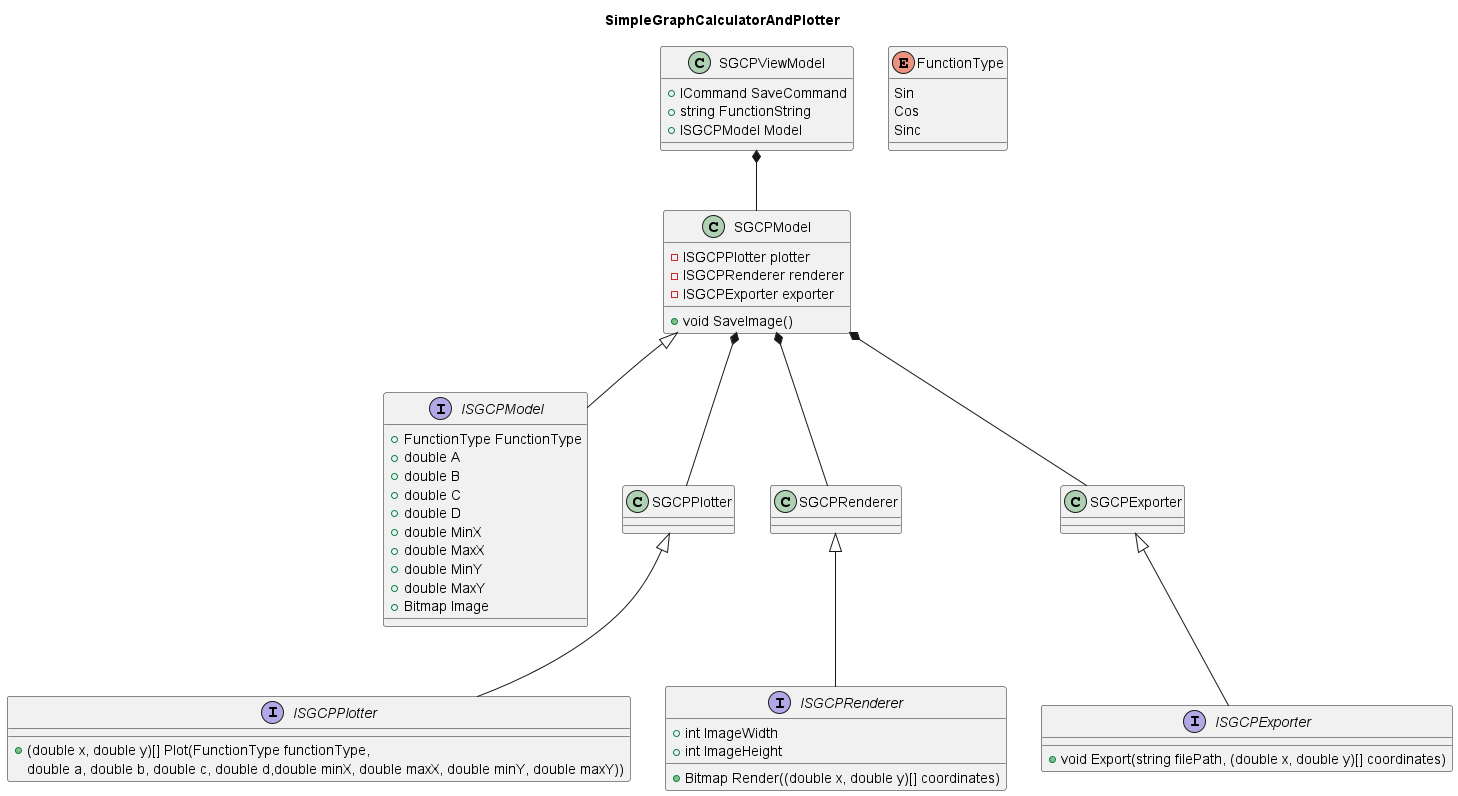
This is SimpleGraphCalculatorAndPlotter/Analysis/Classes-SimpleGraphCalculatorAndPlotter.png from Feldruebe/SimpleGraphCalculatorAndPlotter, a PlantUML export, as it was before one commit.
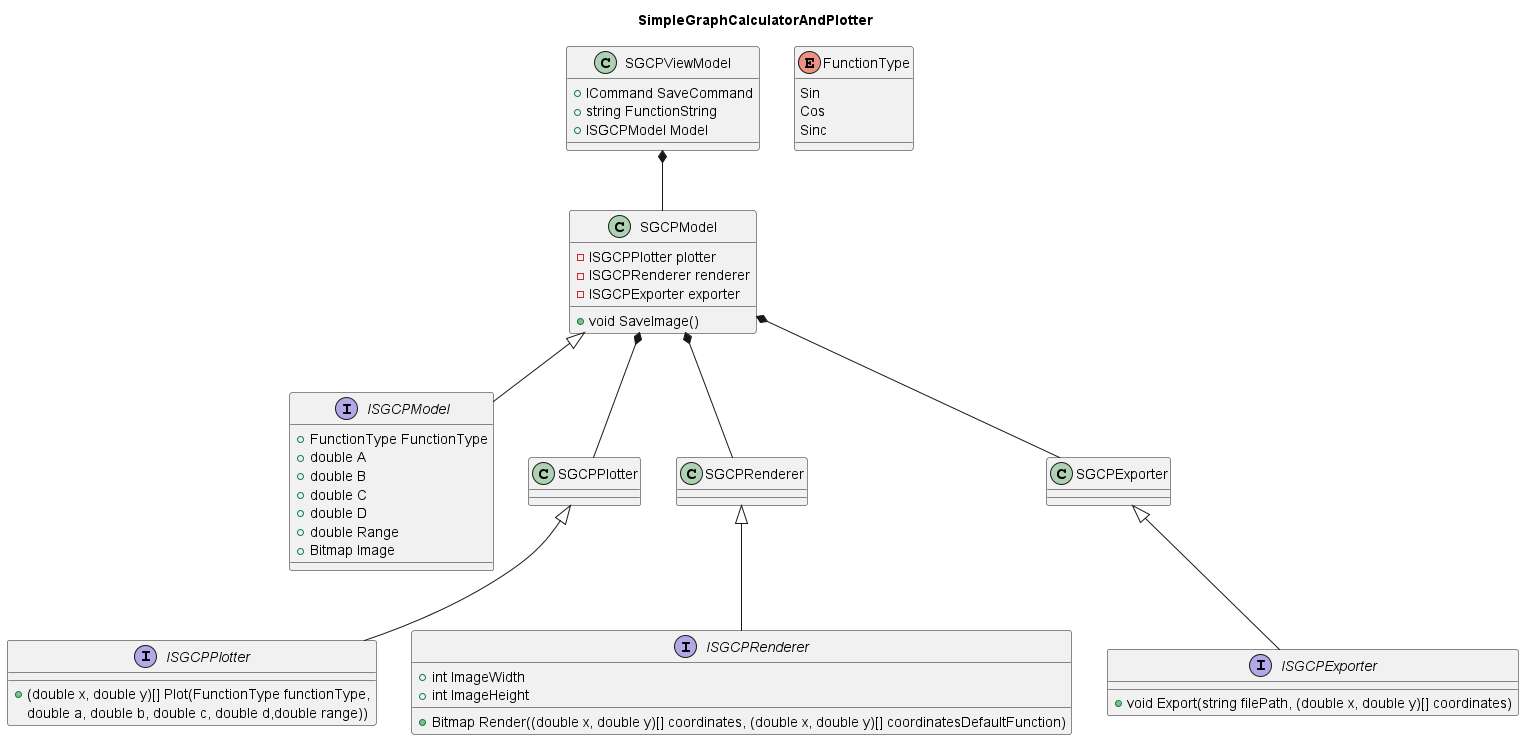
The same diagram one commit later.

Change to the diagram source:
```diff
@@ -46,24 +46,21 @@
     +double B
     +double C
     +double D
-    +double MinX
-    +double MaxX
-    +double MinY
-    +double MaxY
+    +double Range
     +Bitmap Image
 }
 
 interface ISGCPPlotter
 {
     +(double x, double y)[] Plot(FunctionType functionType,
-    double a, double b, double c, double d,double minX, double maxX, double minY, double maxY))
+    double a, double b, double c, double d,double range))
 }
 
 interface ISGCPRenderer
 {
     +int ImageWidth
     +int ImageHeight
-    +Bitmap Render((double x, double y)[] coordinates)
+    +Bitmap Render((double x, double y)[] coordinates, (double x, double y)[] coordinatesDefaultFunction)
 }
 
 interface ISGCPExporter
```
